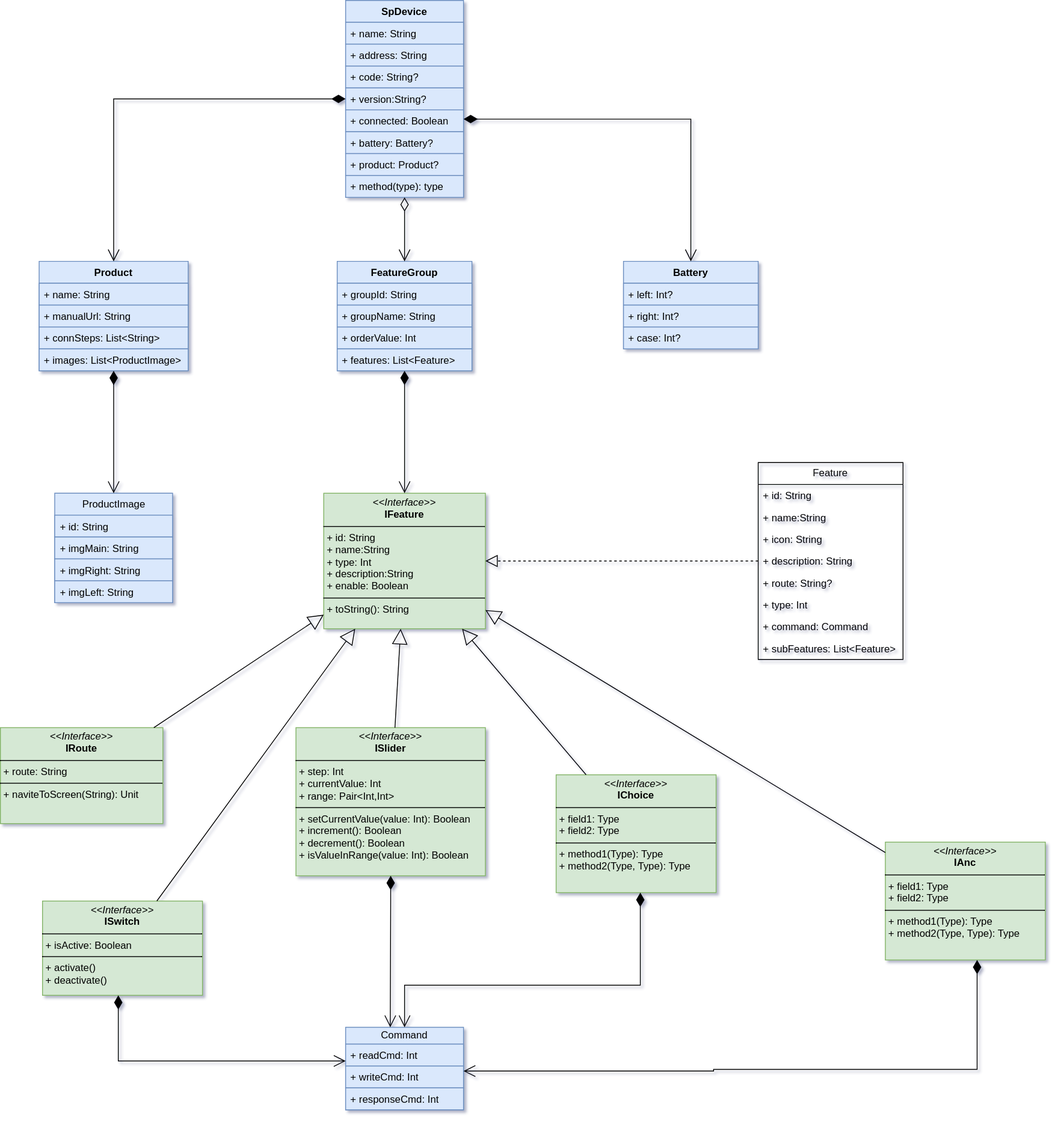
The draw.io diagram sp-device.drawio.svg in kekemao00/draw-libs, before a commit. Source tidied: cells renumbered, new cells last; positions are measured from the earlier drawing's top-left corner, leaving out a move shared by most shapes.
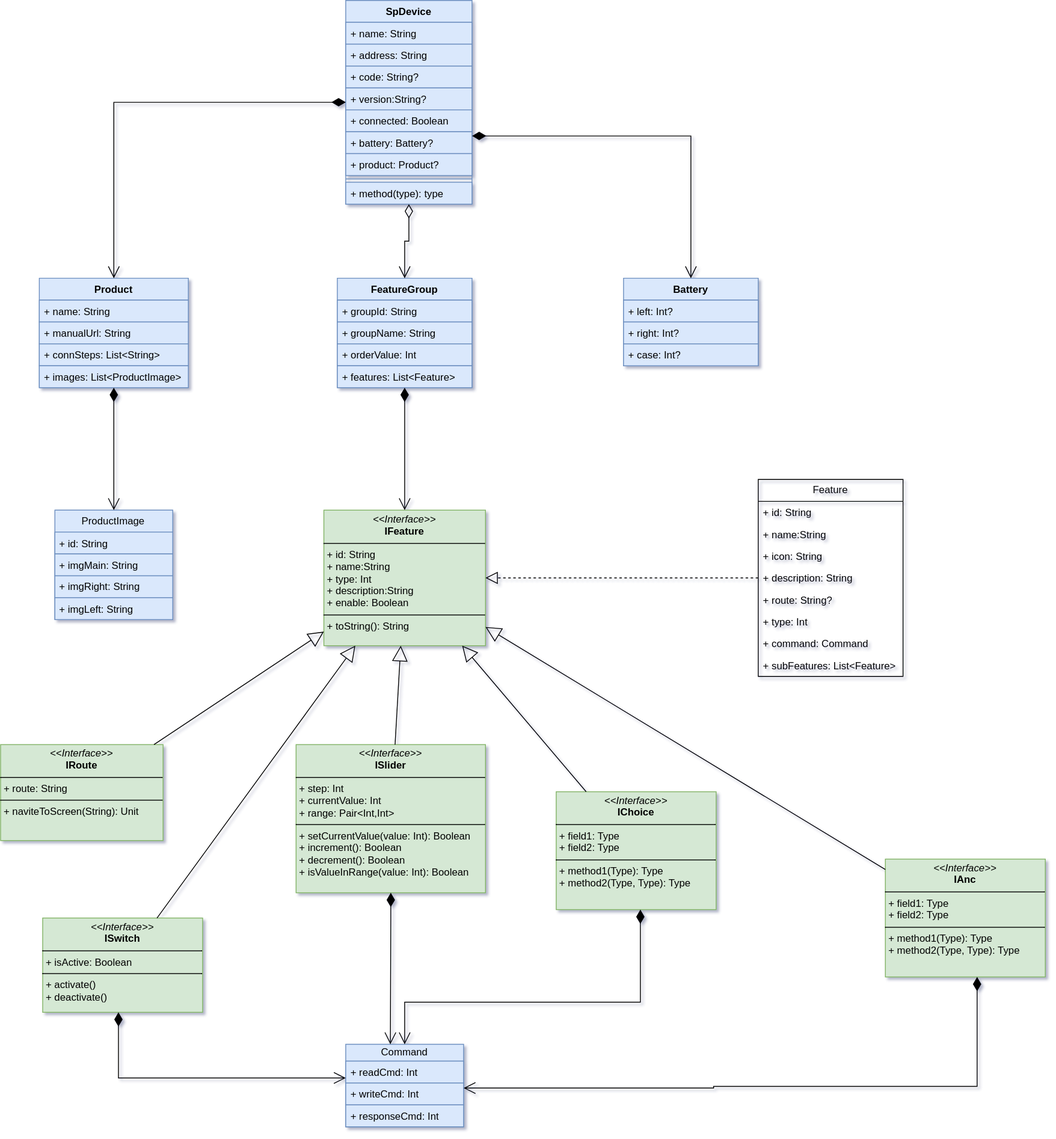
After the commit.

What changed in the source:
```diff
@@ -3,31 +3,34 @@
     <mxCell id="0" />
     <mxCell id="1" parent="0" />
     <mxCell id="2" value="SpDevice" style="swimlane;fontStyle=1;align=center;verticalAlign=top;horizontal=1;startSize=26;whiteSpace=wrap;html=1;labelBackgroundColor=none;rounded=0;fillColor=#dae8fc;strokeColor=#6c8ebf;" parent="1" vertex="1">
-      <mxGeometry x="410" width="140" height="234" as="geometry" />
+      <mxGeometry x="410" y="-20" width="150" height="242" as="geometry" />
     </mxCell>
-    <mxCell id="3" value="+ name: String" style="text;strokeColor=#6c8ebf;fillColor=#dae8fc;align=left;verticalAlign=top;spacingLeft=4;spacingRight=4;overflow=hidden;whiteSpace=wrap;html=1;labelBackgroundColor=none;rounded=0;" parent="2" vertex="1">
-      <mxGeometry y="26" width="140" height="26" as="geometry" />
+    <mxCell id="3" value="+ name: String" style="text;align=left;verticalAlign=top;spacingLeft=4;spacingRight=4;overflow=hidden;whiteSpace=wrap;html=1;labelBackgroundColor=none;rounded=0;fillColor=#dae8fc;strokeColor=#6c8ebf;" parent="2" vertex="1">
+      <mxGeometry y="26" width="150" height="26" as="geometry" />
     </mxCell>
-    <mxCell id="4" value="+ address: String" style="text;strokeColor=#6c8ebf;fillColor=#dae8fc;align=left;verticalAlign=top;spacingLeft=4;spacingRight=4;overflow=hidden;whiteSpace=wrap;html=1;labelBackgroundColor=none;rounded=0;" parent="2" vertex="1">
-      <mxGeometry y="52" width="140" height="26" as="geometry" />
+    <mxCell id="4" value="+ address: String" style="text;align=left;verticalAlign=top;spacingLeft=4;spacingRight=4;overflow=hidden;whiteSpace=wrap;html=1;labelBackgroundColor=none;rounded=0;fillColor=#dae8fc;strokeColor=#6c8ebf;" parent="2" vertex="1">
+      <mxGeometry y="52" width="150" height="26" as="geometry" />
     </mxCell>
-    <mxCell id="5" value="+ code: String?" style="text;strokeColor=#6c8ebf;fillColor=#dae8fc;align=left;verticalAlign=top;spacingLeft=4;spacingRight=4;overflow=hidden;whiteSpace=wrap;html=1;labelBackgroundColor=none;rounded=0;" parent="2" vertex="1">
-      <mxGeometry y="78" width="140" height="26" as="geometry" />
+    <mxCell id="5" value="+ code: String?" style="text;align=left;verticalAlign=top;spacingLeft=4;spacingRight=4;overflow=hidden;whiteSpace=wrap;html=1;labelBackgroundColor=none;rounded=0;fillColor=#dae8fc;strokeColor=#6c8ebf;" parent="2" vertex="1">
+      <mxGeometry y="78" width="150" height="26" as="geometry" />
     </mxCell>
-    <mxCell id="6" value="+ version:String?" style="text;strokeColor=#6c8ebf;fillColor=#dae8fc;align=left;verticalAlign=top;spacingLeft=4;spacingRight=4;overflow=hidden;whiteSpace=wrap;html=1;labelBackgroundColor=none;rounded=0;" parent="2" vertex="1">
-      <mxGeometry y="104" width="140" height="26" as="geometry" />
+    <mxCell id="6" value="+ version:String?" style="text;align=left;verticalAlign=top;spacingLeft=4;spacingRight=4;overflow=hidden;whiteSpace=wrap;html=1;labelBackgroundColor=none;rounded=0;fillColor=#dae8fc;strokeColor=#6c8ebf;" parent="2" vertex="1">
+      <mxGeometry y="104" width="150" height="26" as="geometry" />
     </mxCell>
-    <mxCell id="7" value="+ connected: Boolean" style="text;strokeColor=#6c8ebf;fillColor=#dae8fc;align=left;verticalAlign=top;spacingLeft=4;spacingRight=4;overflow=hidden;whiteSpace=wrap;html=1;labelBackgroundColor=none;rounded=0;" parent="2" vertex="1">
-      <mxGeometry y="130" width="140" height="26" as="geometry" />
+    <mxCell id="7" value="+ connected: Boolean" style="text;align=left;verticalAlign=top;spacingLeft=4;spacingRight=4;overflow=hidden;whiteSpace=wrap;html=1;labelBackgroundColor=none;rounded=0;fillColor=#dae8fc;strokeColor=#6c8ebf;" parent="2" vertex="1">
+      <mxGeometry y="130" width="150" height="26" as="geometry" />
     </mxCell>
-    <mxCell id="8" value="+ battery: Battery?&lt;div&gt;&lt;br&gt;&lt;/div&gt;" style="text;strokeColor=#6c8ebf;fillColor=#dae8fc;align=left;verticalAlign=top;spacingLeft=4;spacingRight=4;overflow=hidden;whiteSpace=wrap;html=1;labelBackgroundColor=none;rounded=0;" parent="2" vertex="1">
-      <mxGeometry y="156" width="140" height="26" as="geometry" />
+    <mxCell id="8" value="+ battery: Battery?&lt;div&gt;&lt;br&gt;&lt;/div&gt;" style="text;align=left;verticalAlign=top;spacingLeft=4;spacingRight=4;overflow=hidden;whiteSpace=wrap;html=1;labelBackgroundColor=none;rounded=0;fillColor=#dae8fc;strokeColor=#6c8ebf;" parent="2" vertex="1">
+      <mxGeometry y="156" width="150" height="26" as="geometry" />
     </mxCell>
-    <mxCell id="9" value="+ product: Product?" style="text;strokeColor=#6c8ebf;fillColor=#dae8fc;align=left;verticalAlign=top;spacingLeft=4;spacingRight=4;overflow=hidden;whiteSpace=wrap;html=1;labelBackgroundColor=none;rounded=0;" parent="2" vertex="1">
-      <mxGeometry y="182" width="140" height="26" as="geometry" />
+    <mxCell id="9" value="+ product: Product?" style="text;align=left;verticalAlign=top;spacingLeft=4;spacingRight=4;overflow=hidden;whiteSpace=wrap;html=1;labelBackgroundColor=none;rounded=0;fillColor=#dae8fc;strokeColor=#6c8ebf;" parent="2" vertex="1">
+      <mxGeometry y="182" width="150" height="26" as="geometry" />
     </mxCell>
+    <mxCell id="64" style="line;strokeWidth=1;align=left;verticalAlign=middle;spacingTop=-1;spacingLeft=3;spacingRight=3;labelPosition=right;labelBackgroundColor=none;rounded=0;fillColor=#dae8fc;strokeColor=#6c8ebf;" parent="2" vertex="1">
+      <mxGeometry y="208" width="150" height="8" as="geometry" />
+    </mxCell>
-    <mxCell id="10" value="+ method(type): type" style="text;strokeColor=#6c8ebf;fillColor=#dae8fc;align=left;verticalAlign=top;spacingLeft=4;spacingRight=4;overflow=hidden;whiteSpace=wrap;html=1;labelBackgroundColor=none;rounded=0;" parent="2" vertex="1">
-      <mxGeometry y="208" width="140" height="26" as="geometry" />
+    <mxCell id="10" value="+ method(type): type" style="text;align=left;verticalAlign=top;spacingLeft=4;spacingRight=4;overflow=hidden;whiteSpace=wrap;html=1;labelBackgroundColor=none;rounded=0;fillColor=#dae8fc;strokeColor=#6c8ebf;" parent="2" vertex="1">
+      <mxGeometry y="216" width="150" height="26" as="geometry" />
     </mxCell>
     <mxCell id="11" value="Battery" style="swimlane;fontStyle=1;align=center;verticalAlign=top;horizontal=1;startSize=26;whiteSpace=wrap;html=1;labelBackgroundColor=none;rounded=0;fillColor=#dae8fc;strokeColor=#6c8ebf;" parent="1" vertex="1">
       <mxGeometry x="740" y="310" width="160" height="104" as="geometry" />
```
